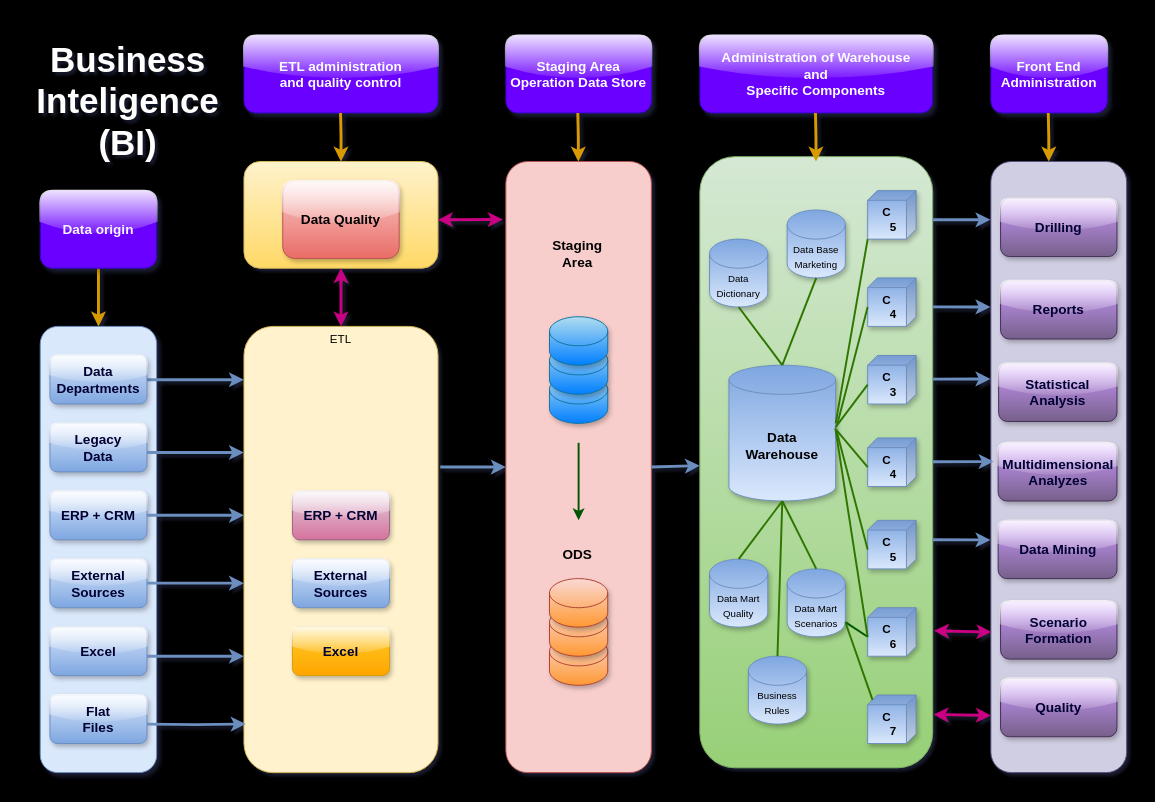
Above: Diagrama BI.drawio in luizcloud/Guia_de_Estudo_Numpy_Basic (draw.io), before the change. Source tidied: cells renumbered, new cells numbered last; positions are measured from the earlier drawing's top-left corner, leaving out a move shared by most shapes. Both pictures are drawn from the tidied source at 97%, with x=0, y=0 at pixel (20, 20).
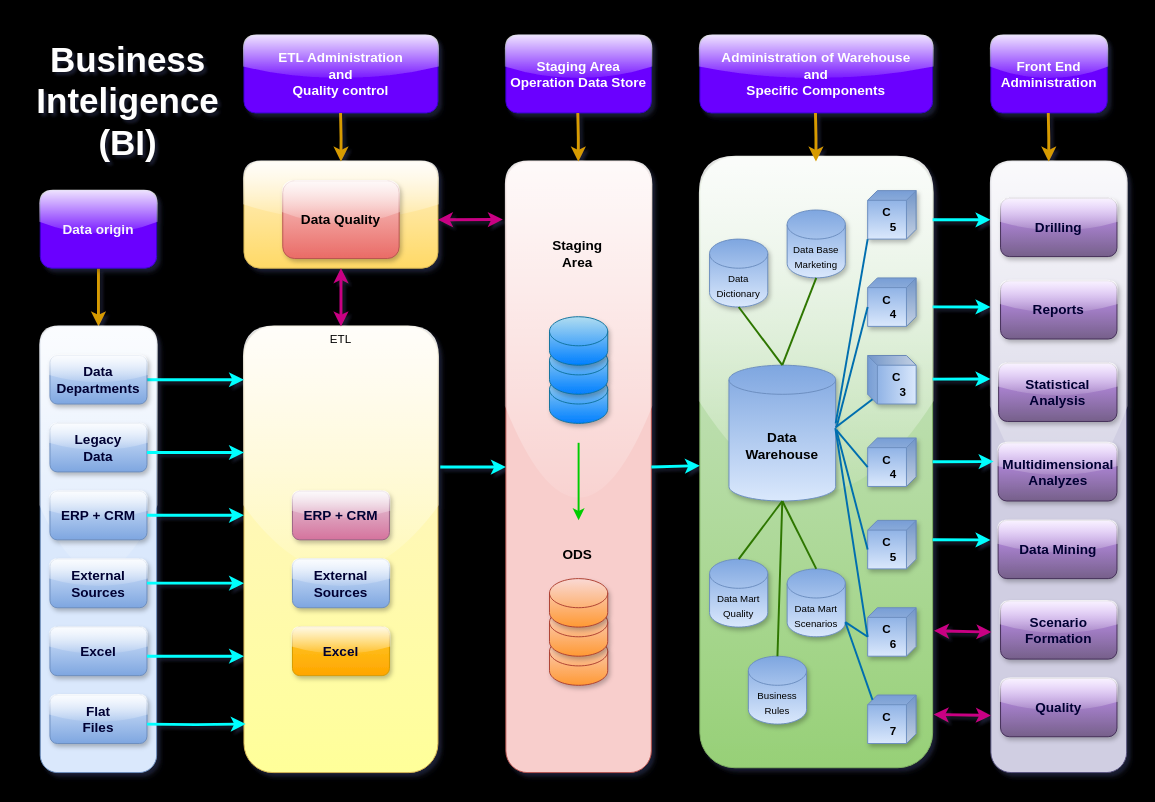
Above is the later version.

The change refers to these unchanged cells:
```xml
<mxCell id="13" value="&lt;b&gt;&lt;font color=&quot;#000033&quot; style=&quot;font-size: 14px;&quot;&gt;Data Departments&lt;/font&gt;&lt;/b&gt;" style="rounded=1;whiteSpace=wrap;html=1;fillColor=#dae8fc;strokeColor=#6c8ebf;glass=1;shadow=1;gradientColor=#7ea6e0;gradientDirection=south;" parent="1" vertex="1">
  <mxGeometry x="30" y="345" width="100" height="50" as="geometry" />
</mxCell>
<mxCell id="42" value="&lt;b&gt;&lt;font style=&quot;font-size: 14px;&quot;&gt;Data&lt;br&gt;Warehouse&lt;/font&gt;&lt;/b&gt;" style="shape=cylinder3;whiteSpace=wrap;html=1;boundedLbl=1;backgroundOutline=1;size=15;shadow=1;gradientDirection=north;perimeterSpacing=0;fillColor=#dae8fc;strokeColor=#6c8ebf;gradientColor=#7ea6e0;" parent="1" vertex="1">
  <mxGeometry x="730" y="355" width="110" height="140" as="geometry" />
</mxCell>
<mxCell id="49" value="&lt;b&gt;C&lt;br&gt;&amp;nbsp; &amp;nbsp; 5&lt;/b&gt;" style="shape=cube;whiteSpace=wrap;html=1;boundedLbl=1;backgroundOutline=1;darkOpacity=0.05;darkOpacity2=0.1;flipH=1;fillColor=#dae8fc;gradientColor=#7ea6e0;strokeColor=#6c8ebf;size=10;shadow=1;gradientDirection=north;" parent="1" vertex="1">
  <mxGeometry x="873" y="175" width="50" height="50" as="geometry" />
</mxCell>
<mxCell id="50" value="&lt;b style=&quot;border-color: var(--border-color);&quot;&gt;C&lt;br style=&quot;border-color: var(--border-color);&quot;&gt;&amp;nbsp; &amp;nbsp; 4&lt;/b&gt;" style="shape=cube;whiteSpace=wrap;html=1;boundedLbl=1;backgroundOutline=1;darkOpacity=0.05;darkOpacity2=0.1;flipH=1;fillColor=#dae8fc;gradientColor=#7ea6e0;strokeColor=#6c8ebf;size=10;shadow=1;gradientDirection=north;" parent="1" vertex="1">
  <mxGeometry x="873" y="265" width="50" height="50" as="geometry" />
</mxCell>
<mxCell id="52" value="&lt;b style=&quot;border-color: var(--border-color);&quot;&gt;C&lt;br style=&quot;border-color: var(--border-color);&quot;&gt;&amp;nbsp; &amp;nbsp; 4&lt;/b&gt;" style="shape=cube;whiteSpace=wrap;html=1;boundedLbl=1;backgroundOutline=1;darkOpacity=0.05;darkOpacity2=0.1;flipH=1;fillColor=#dae8fc;gradientColor=#7ea6e0;strokeColor=#6c8ebf;size=10;shadow=1;gradientDirection=north;" parent="1" vertex="1">
  <mxGeometry x="873" y="430" width="50" height="50" as="geometry" />
</mxCell>
<mxCell id="53" value="&lt;b style=&quot;border-color: var(--border-color);&quot;&gt;C&lt;br style=&quot;border-color: var(--border-color);&quot;&gt;&amp;nbsp; &amp;nbsp; 5&lt;/b&gt;" style="shape=cube;whiteSpace=wrap;html=1;boundedLbl=1;backgroundOutline=1;darkOpacity=0.05;darkOpacity2=0.1;flipH=1;fillColor=#dae8fc;gradientColor=#7ea6e0;strokeColor=#6c8ebf;size=10;shadow=1;gradientDirection=north;" parent="1" vertex="1">
  <mxGeometry x="873" y="515" width="50" height="50" as="geometry" />
</mxCell>
<mxCell id="54" value="&lt;b style=&quot;border-color: var(--border-color);&quot;&gt;C&lt;br style=&quot;border-color: var(--border-color);&quot;&gt;&amp;nbsp; &amp;nbsp; 6&lt;/b&gt;" style="shape=cube;whiteSpace=wrap;html=1;boundedLbl=1;backgroundOutline=1;darkOpacity=0.05;darkOpacity2=0.1;flipH=1;fillColor=#dae8fc;gradientColor=#7ea6e0;strokeColor=#6c8ebf;size=10;shadow=1;gradientDirection=north;" parent="1" vertex="1">
  <mxGeometry x="873" y="605" width="50" height="50" as="geometry" />
</mxCell>
<mxCell id="55" value="&lt;b style=&quot;border-color: var(--border-color);&quot;&gt;C&lt;br style=&quot;border-color: var(--border-color);&quot;&gt;&amp;nbsp; &amp;nbsp; 7&lt;/b&gt;" style="shape=cube;whiteSpace=wrap;html=1;boundedLbl=1;backgroundOutline=1;darkOpacity=0.05;darkOpacity2=0.1;flipH=1;fillColor=#dae8fc;gradientColor=#7ea6e0;strokeColor=#6c8ebf;size=10;shadow=1;gradientDirection=north;" parent="1" vertex="1">
  <mxGeometry x="873" y="695" width="50" height="50" as="geometry" />
</mxCell>
<mxCell id="59" value="&lt;span style=&quot;font-size: 10px;&quot;&gt;Data Mart Scenarios&lt;/span&gt;" style="shape=cylinder3;whiteSpace=wrap;html=1;boundedLbl=1;backgroundOutline=1;size=15;shadow=1;gradientDirection=north;perimeterSpacing=0;fillColor=#dae8fc;strokeColor=#6c8ebf;gradientColor=#7ea6e0;" parent="1" vertex="1">
  <mxGeometry x="790" y="565" width="60" height="70" as="geometry" />
</mxCell>
```

Diff of the diagram source:
```diff
@@
-    <mxCell id="4" style="rounded=1;whiteSpace=wrap;html=1;fillColor=#dae8fc;strokeColor=#6c8ebf;gradientColor=none;glass=0;shadow=1;gradientDirection=north;" parent="1" vertex="1">
+    <mxCell id="4" style="rounded=1;whiteSpace=wrap;html=1;fillColor=#dae8fc;strokeColor=#6c8ebf;gradientColor=none;glass=1;shadow=1;gradientDirection=north;" parent="1" vertex="1">
       <mxGeometry x="20" y="315" width="120" height="460" as="geometry" />
     </mxCell>
-    <mxCell id="5" value="ETL" style="rounded=1;whiteSpace=wrap;html=1;fillColor=#fff2cc;strokeColor=#d6b656;align=center;gradientColor=none;verticalAlign=top;horizontal=1;gradientDirection=south;" parent="1" vertex="1">
+    <mxCell id="5" value="ETL" style="rounded=1;whiteSpace=wrap;html=1;fillColor=#fff2cc;strokeColor=#d6b656;align=center;gradientColor=#FFFF99;verticalAlign=top;horizontal=1;gradientDirection=south;glass=1;shadow=1;" parent="1" vertex="1">
       <mxGeometry x="230" y="315" width="200" height="460" as="geometry" />
     </mxCell>
-    <mxCell id="6" style="rounded=1;whiteSpace=wrap;html=1;fillColor=#f8cecc;strokeColor=#b85450;gradientColor=none;" parent="1" vertex="1">
+    <mxCell id="6" style="rounded=1;whiteSpace=wrap;html=1;fillColor=#f8cecc;strokeColor=#b85450;gradientColor=none;glass=1;shadow=1;" parent="1" vertex="1">
       <mxGeometry x="500" y="145" width="150" height="630" as="geometry" />
     </mxCell>
-    <mxCell id="7" style="rounded=1;whiteSpace=wrap;html=1;gradientDirection=south;noLabel=0;portConstraintRotation=0;snapToPoint=0;fillColor=#d5e8d4;gradientColor=#97d077;strokeColor=#82b366;shadow=0;glass=0;" parent="1" vertex="1">
+    <mxCell id="7" style="rounded=1;whiteSpace=wrap;html=1;gradientDirection=south;noLabel=0;portConstraintRotation=0;snapToPoint=0;fillColor=#d5e8d4;gradientColor=#97d077;strokeColor=#82b366;shadow=1;glass=1;" parent="1" vertex="1">
       <mxGeometry x="700" y="140" width="240" height="630" as="geometry" />
     </mxCell>
-    <mxCell id="8" style="rounded=1;whiteSpace=wrap;html=1;fillColor=#d0cee2;strokeColor=#56517e;gradientColor=none;gradientDirection=north;" parent="1" vertex="1">
+    <mxCell id="8" style="rounded=1;whiteSpace=wrap;html=1;fillColor=#d0cee2;strokeColor=#56517e;gradientColor=none;gradientDirection=north;glass=1;shadow=1;" parent="1" vertex="1">
       <mxGeometry x="1000" y="145" width="140" height="630" as="geometry" />
     </mxCell>
@@
-    <mxCell id="12" style="edgeStyle=orthogonalEdgeStyle;rounded=0;jettySize=auto;html=1;fillColor=#dae8fc;strokeColor=#6c8ebf;flowAnimation=1;strokeWidth=3;gradientColor=#7ea6e0;" parent="1" edge="1" source="13" target="5">
+    <mxCell id="12" style="edgeStyle=orthogonalEdgeStyle;rounded=0;jettySize=auto;html=1;fillColor=#dae8fc;strokeColor=#00FFFF;flowAnimation=1;strokeWidth=3;gradientColor=#7ea6e0;" parent="1" edge="1" source="13" target="5">
       <mxGeometry relative="1" as="geometry">
         <Array as="points">
           <mxPoint x="190" y="370" />
           <mxPoint x="190" y="370" />
         </Array>
       </mxGeometry>
     </mxCell>
@@
-    <mxCell id="19" value="&lt;font style=&quot;font-size: 14px;&quot;&gt;&lt;b&gt;ETL administration &lt;br&gt;and quality control&lt;/b&gt;&lt;/font&gt;" style="rounded=1;whiteSpace=wrap;html=1;fillColor=#6a00ff;strokeColor=#3700CC;glass=1;shadow=1;fillStyle=solid;gradientDirection=south;fontColor=#ffffff;" parent="1" vertex="1">
+    <mxCell id="19" value="&lt;font style=&quot;font-size: 14px;&quot;&gt;&lt;b&gt;ETL Administration &lt;br&gt;and &lt;br&gt;Quality control&lt;/b&gt;&lt;/font&gt;" style="rounded=1;whiteSpace=wrap;html=1;fillColor=#6a00ff;strokeColor=#3700CC;glass=1;shadow=1;fillStyle=solid;gradientDirection=south;fontColor=#ffffff;" parent="1" vertex="1">
       <mxGeometry x="230" y="15" width="200" height="80" as="geometry" />
     </mxCell>
-    <mxCell id="20" style="rounded=1;whiteSpace=wrap;html=1;fillColor=#fff2cc;strokeColor=#d6b656;gradientDirection=south;gradientColor=#ffd966;" parent="1" vertex="1">
+    <mxCell id="20" style="rounded=1;whiteSpace=wrap;html=1;fillColor=#fff2cc;strokeColor=#d6b656;gradientDirection=south;gradientColor=#ffd966;glass=1;shadow=1;" parent="1" vertex="1">
       <mxGeometry x="230" y="145" width="200" height="110" as="geometry" />
     </mxCell>
@@
-    <mxCell id="25" style="edgeStyle=orthogonalEdgeStyle;rounded=0;jettySize=auto;html=1;fillColor=#dae8fc;strokeColor=#6c8ebf;flowAnimation=1;strokeWidth=3;gradientColor=#7ea6e0;" parent="1" edge="1" target="5">
+    <mxCell id="25" style="edgeStyle=orthogonalEdgeStyle;rounded=0;jettySize=auto;html=1;fillColor=#dae8fc;strokeColor=#00FFFF;flowAnimation=1;strokeWidth=3;gradientColor=#7ea6e0;" parent="1" edge="1" target="5">
       <mxGeometry relative="1" as="geometry">
         <mxPoint x="130" y="655" as="sourcePoint" />
         <Array as="points">
           <mxPoint x="180" y="655" />
           <mxPoint x="180" y="655" />
         </Array>
       </mxGeometry>
     </mxCell>
-    <mxCell id="26" style="edgeStyle=orthogonalEdgeStyle;rounded=0;jettySize=auto;html=1;fillColor=#dae8fc;strokeColor=#6c8ebf;flowAnimation=1;strokeWidth=3;entryX=0.009;entryY=0.891;entryDx=0;entryDy=0;entryPerimeter=0;gradientColor=#7ea6e0;" parent="1" edge="1" target="5">
+    <mxCell id="26" style="edgeStyle=orthogonalEdgeStyle;rounded=0;jettySize=auto;html=1;fillColor=#dae8fc;strokeColor=#00FFFF;flowAnimation=1;strokeWidth=3;entryX=0.009;entryY=0.891;entryDx=0;entryDy=0;entryPerimeter=0;gradientColor=#7ea6e0;" parent="1" edge="1" target="5">
       <mxGeometry relative="1" as="geometry">
         <mxPoint x="130" y="725" as="sourcePoint" />
       </mxGeometry>
     </mxCell>
@@
-    <mxCell id="31" style="edgeStyle=orthogonalEdgeStyle;rounded=0;jettySize=auto;html=1;exitX=1.012;exitY=0.315;exitDx=0;exitDy=0;flowAnimation=1;fillColor=#dae8fc;strokeColor=#6c8ebf;strokeWidth=3;exitPerimeter=0;entryX=0;entryY=0.5;entryDx=0;entryDy=0;gradientColor=#7ea6e0;" parent="1" edge="1" source="5" target="6">
+    <mxCell id="31" style="edgeStyle=orthogonalEdgeStyle;rounded=0;jettySize=auto;html=1;exitX=1.012;exitY=0.315;exitDx=0;exitDy=0;flowAnimation=1;fillColor=#dae8fc;strokeColor=#00FFFF;strokeWidth=3;exitPerimeter=0;entryX=0;entryY=0.5;entryDx=0;entryDy=0;gradientColor=#7ea6e0;" parent="1" edge="1" source="5" target="6">
       <mxGeometry relative="1" as="geometry" />
     </mxCell>
-    <mxCell id="32" style="edgeStyle=orthogonalEdgeStyle;rounded=0;orthogonalLoop=1;jettySize=auto;html=1;fillColor=#dae8fc;strokeColor=#6c8ebf;flowAnimation=1;strokeWidth=3;gradientColor=#7ea6e0;" parent="1" edge="1">
+    <mxCell id="32" style="edgeStyle=orthogonalEdgeStyle;rounded=0;orthogonalLoop=1;jettySize=auto;html=1;fillColor=#dae8fc;strokeColor=#00FFFF;flowAnimation=1;strokeWidth=3;gradientColor=#7ea6e0;" parent="1" edge="1">
       <mxGeometry relative="1" as="geometry">
         <mxPoint x="130" y="445" as="sourcePoint" />
         <mxPoint x="230" y="445" as="targetPoint" />
         <Array as="points">
           <mxPoint x="190" y="445" />
           <mxPoint x="190" y="445" />
         </Array>
       </mxGeometry>
     </mxCell>
-    <mxCell id="33" style="edgeStyle=orthogonalEdgeStyle;rounded=0;orthogonalLoop=1;jettySize=auto;html=1;fillColor=#dae8fc;strokeColor=#6c8ebf;flowAnimation=1;strokeWidth=3;gradientColor=#7ea6e0;" parent="1" edge="1">
+    <mxCell id="33" style="edgeStyle=orthogonalEdgeStyle;rounded=0;orthogonalLoop=1;jettySize=auto;html=1;fillColor=#dae8fc;strokeColor=#00FFFF;flowAnimation=1;strokeWidth=3;gradientColor=#7ea6e0;" parent="1" edge="1">
       <mxGeometry relative="1" as="geometry">
         <mxPoint x="130" y="509.7" as="sourcePoint" />
         <mxPoint x="230" y="509.7" as="targetPoint" />
         <Array as="points">
           <mxPoint x="190" y="509.7" />
           <mxPoint x="190" y="509.7" />
         </Array>
       </mxGeometry>
     </mxCell>
-    <mxCell id="34" style="edgeStyle=orthogonalEdgeStyle;rounded=0;orthogonalLoop=1;jettySize=auto;html=1;fillColor=#dae8fc;strokeColor=#6c8ebf;flowAnimation=1;strokeWidth=3;gradientColor=#7ea6e0;" parent="1" edge="1">
+    <mxCell id="34" style="edgeStyle=orthogonalEdgeStyle;rounded=0;orthogonalLoop=1;jettySize=auto;html=1;fillColor=#dae8fc;strokeColor=#00FFFF;flowAnimation=1;strokeWidth=3;gradientColor=#7ea6e0;" parent="1" edge="1">
       <mxGeometry relative="1" as="geometry">
         <mxPoint x="130" y="579.7" as="sourcePoint" />
         <mxPoint x="230" y="579.7" as="targetPoint" />
         <Array as="points">
           <mxPoint x="190" y="579.7" />
           <mxPoint x="190" y="579.7" />
         </Array>
       </mxGeometry>
     </mxCell>
@@
-    <mxCell id="43" style="endArrow=classic;html=1;rounded=0;entryX=0.5;entryY=0.587;entryDx=0;entryDy=0;entryPerimeter=0;strokeWidth=2;flowAnimation=1;shadow=0;fillColor=#008a00;strokeColor=#005700;" parent="1" edge="1" target="6">
+    <mxCell id="43" style="endArrow=classic;html=1;rounded=0;entryX=0.5;entryY=0.587;entryDx=0;entryDy=0;entryPerimeter=0;strokeWidth=2;flowAnimation=1;shadow=0;strokeColor=#00CC00;" parent="1" edge="1" target="6">
       <mxGeometry relative="1" as="geometry">
         <mxPoint x="575" y="435" as="sourcePoint" />
       </mxGeometry>
     </mxCell>
@@
-    <mxCell id="47" style="endArrow=classic;html=1;rounded=0;exitX=1;exitY=0.5;exitDx=0;exitDy=0;strokeWidth=3;strokeColor=#6c8ebf;flowAnimation=1;orthogonal=0;comic=0;noJump=1;backgroundOutline=0;fixDash=1;fillColor=#dae8fc;gradientColor=#7ea6e0;" parent="1" edge="1" source="6" target="7">
+    <mxCell id="47" style="endArrow=classic;html=1;rounded=0;exitX=1;exitY=0.5;exitDx=0;exitDy=0;strokeWidth=3;strokeColor=#00FFFF;flowAnimation=1;orthogonal=0;comic=0;noJump=1;backgroundOutline=0;fixDash=1;fillColor=#dae8fc;gradientColor=#7ea6e0;" parent="1" edge="1" source="6" target="7">
       <mxGeometry relative="1" as="geometry" />
     </mxCell>
@@
-    <mxCell id="51" value="&lt;b style=&quot;border-color: var(--border-color);&quot;&gt;C&lt;br style=&quot;border-color: var(--border-color);&quot;&gt;&amp;nbsp; &amp;nbsp; 3&lt;/b&gt;" style="shape=cube;whiteSpace=wrap;html=1;boundedLbl=1;backgroundOutline=1;darkOpacity=0.05;darkOpacity2=0.1;flipH=1;fillColor=#dae8fc;gradientColor=#7ea6e0;strokeColor=#6c8ebf;size=10;shadow=1;gradientDirection=north;" parent="1" vertex="1">
+    <mxCell id="51" value="&lt;b style=&quot;border-color: var(--border-color);&quot;&gt;C&lt;br style=&quot;border-color: var(--border-color);&quot;&gt;&amp;nbsp; &amp;nbsp; 3&lt;/b&gt;" style="shape=cube;whiteSpace=wrap;html=1;boundedLbl=1;backgroundOutline=1;darkOpacity=0.05;darkOpacity2=0.1;flipH=1;fillColor=#dae8fc;gradientColor=#7ea6e0;strokeColor=#6c8ebf;size=10;shadow=1;gradientDirection=north;direction=south;" parent="1" vertex="1">
       <mxGeometry x="873" y="345" width="50" height="50" as="geometry" />
     </mxCell>
@@
-    <mxCell id="62" style="endArrow=none;html=1;rounded=0;flowAnimation=1;strokeWidth=2;exitX=0;exitY=0;exitDx=50;exitDy=30;exitPerimeter=0;shadow=0;fillColor=#008a00;strokeColor=#005700;" parent="1" edge="1" source="54" target="59">
+    <mxCell id="62" style="endArrow=none;html=1;rounded=0;flowAnimation=1;strokeWidth=2;shadow=0;fillColor=#1ba1e2;strokeColor=#006EAF;entryX=0;entryY=0;entryDx=50;entryDy=30;entryPerimeter=0;" parent="1" edge="1" source="59" target="54">
       <mxGeometry relative="1" as="geometry" />
     </mxCell>
-    <mxCell id="63" style="endArrow=none;html=1;rounded=0;flowAnimation=1;strokeWidth=2;exitX=0;exitY=0;exitDx=50;exitDy=30;exitPerimeter=0;entryX=0.997;entryY=0.464;entryDx=0;entryDy=0;entryPerimeter=0;shadow=0;strokeColor=#2D7600;fillColor=#60a917;" parent="1" edge="1" source="54" target="42">
+    <mxCell id="63" style="endArrow=none;html=1;rounded=0;flowAnimation=1;strokeWidth=2;exitX=0.997;exitY=0.464;exitDx=0;exitDy=0;exitPerimeter=0;entryX=0;entryY=0;entryDx=50;entryDy=30;entryPerimeter=0;shadow=0;strokeColor=#006EAF;fillColor=#1ba1e2;" parent="1" edge="1" source="42" target="54">
       <mxGeometry relative="1" as="geometry" />
     </mxCell>
-    <mxCell id="64" style="endArrow=none;html=1;rounded=0;entryX=1.006;entryY=0.476;entryDx=0;entryDy=0;entryPerimeter=0;flowAnimation=1;strokeWidth=2;exitX=0;exitY=0;exitDx=50;exitDy=30;exitPerimeter=0;shadow=0;strokeColor=#2D7600;fillColor=#60a917;" parent="1" edge="1" source="53" target="42">
+    <mxCell id="64" style="endArrow=none;html=1;rounded=0;entryX=0;entryY=0;entryDx=50;entryDy=30;entryPerimeter=0;flowAnimation=1;strokeWidth=2;exitX=1.006;exitY=0.476;exitDx=0;exitDy=0;exitPerimeter=0;shadow=0;strokeColor=#006EAF;fillColor=#1ba1e2;" parent="1" edge="1" source="42" target="53">
       <mxGeometry relative="1" as="geometry" />
     </mxCell>
-    <mxCell id="65" style="endArrow=none;html=1;rounded=0;entryX=1.006;entryY=0.476;entryDx=0;entryDy=0;entryPerimeter=0;flowAnimation=1;strokeWidth=2;exitX=0;exitY=0;exitDx=50;exitDy=30;exitPerimeter=0;shadow=0;strokeColor=#2D7600;fillColor=#60a917;" parent="1" edge="1" source="52" target="42">
+    <mxCell id="65" style="endArrow=none;html=1;rounded=0;entryX=0;entryY=0;entryDx=50;entryDy=30;entryPerimeter=0;flowAnimation=1;strokeWidth=2;exitX=1.006;exitY=0.476;exitDx=0;exitDy=0;exitPerimeter=0;shadow=0;strokeColor=#006EAF;fillColor=#1ba1e2;" parent="1" edge="1" source="42" target="52">
       <mxGeometry relative="1" as="geometry" />
     </mxCell>
@@
-    <mxCell id="67" style="endArrow=none;html=1;rounded=0;flowAnimation=1;strokeWidth=2;exitX=0;exitY=0;exitDx=45;exitDy=5;exitPerimeter=0;entryX=1;entryY=1;entryDx=0;entryDy=-15;entryPerimeter=0;shadow=0;strokeColor=#2D7600;fillColor=#60a917;" parent="1" edge="1" source="55" target="59">
+    <mxCell id="67" style="endArrow=none;html=1;rounded=0;flowAnimation=1;strokeWidth=2;exitX=1;exitY=1;exitDx=0;exitDy=-15;exitPerimeter=0;entryX=0;entryY=0;entryDx=45;entryDy=5;entryPerimeter=0;shadow=0;strokeColor=#006EAF;fillColor=#1ba1e2;" parent="1" edge="1" source="59" target="55">
       <mxGeometry relative="1" as="geometry" />
     </mxCell>
-    <mxCell id="68" style="endArrow=none;html=1;rounded=0;entryX=0.998;entryY=0.458;entryDx=0;entryDy=0;entryPerimeter=0;flowAnimation=1;strokeWidth=2;exitX=0;exitY=0;exitDx=50;exitDy=30;exitPerimeter=0;shadow=0;strokeColor=#2D7600;fillColor=#60a917;" parent="1" edge="1" source="51" target="42">
+    <mxCell id="68" style="endArrow=none;html=1;rounded=0;entryX=0;entryY=0;entryDx=45;entryDy=5;entryPerimeter=0;flowAnimation=1;strokeWidth=2;exitX=0.998;exitY=0.458;exitDx=0;exitDy=0;exitPerimeter=0;shadow=0;strokeColor=#006EAF;fillColor=#1ba1e2;" parent="1" edge="1" source="42" target="51">
       <mxGeometry relative="1" as="geometry" />
     </mxCell>
-    <mxCell id="69" style="endArrow=none;html=1;rounded=0;entryX=1.011;entryY=0.448;entryDx=0;entryDy=0;entryPerimeter=0;flowAnimation=1;strokeWidth=2;exitX=0;exitY=0;exitDx=50;exitDy=30;exitPerimeter=0;shadow=0;strokeColor=#2D7600;fillColor=#60a917;" parent="1" edge="1" source="50" target="42">
+    <mxCell id="69" style="endArrow=none;html=1;rounded=0;entryX=0;entryY=0;entryDx=50;entryDy=30;entryPerimeter=0;flowAnimation=1;strokeWidth=2;exitX=1.011;exitY=0.448;exitDx=0;exitDy=0;exitPerimeter=0;shadow=0;strokeColor=#006EAF;fillColor=#1ba1e2;" parent="1" edge="1" source="42" target="50">
       <mxGeometry relative="1" as="geometry" />
     </mxCell>
-    <mxCell id="70" style="endArrow=none;html=1;rounded=0;flowAnimation=1;strokeWidth=2;exitX=1;exitY=1;exitDx=0;exitDy=0;exitPerimeter=0;shadow=0;strokeColor=#2D7600;fillColor=#60a917;" parent="1" edge="1" source="49">
+    <mxCell id="70" style="endArrow=none;html=1;rounded=0;flowAnimation=1;strokeWidth=2;exitX=1;exitY=1;exitDx=0;exitDy=0;exitPerimeter=0;shadow=0;strokeColor=#006EAF;fillColor=#1ba1e2;entryX=1;entryY=1;entryDx=0;entryDy=0;entryPerimeter=0;" parent="1" edge="1" target="49">
       <mxGeometry relative="1" as="geometry">
-        <mxPoint x="840" y="415" as="targetPoint" />
+        <mxPoint x="840" y="415" as="sourcePoint" />
       </mxGeometry>
     </mxCell>
@@
-    <mxCell id="73" style="endArrow=classic;html=1;rounded=0;strokeWidth=3;strokeColor=#6c8ebf;flowAnimation=1;orthogonal=0;comic=0;noJump=1;backgroundOutline=0;fixDash=1;fillColor=#dae8fc;entryX=0.02;entryY=0.491;entryDx=0;entryDy=0;entryPerimeter=0;gradientColor=#7ea6e0;" parent="1" edge="1" source="7" target="8">
+    <mxCell id="73" style="endArrow=classic;html=1;rounded=0;strokeWidth=3;strokeColor=#00FFFF;flowAnimation=1;orthogonal=0;comic=0;noJump=1;backgroundOutline=0;fixDash=1;fillColor=#1ba1e2;entryX=0.02;entryY=0.491;entryDx=0;entryDy=0;entryPerimeter=0;" parent="1" edge="1" source="7" target="8">
       <mxGeometry relative="1" as="geometry" />
     </mxCell>
-    <mxCell id="74" style="endArrow=classic;html=1;rounded=0;strokeWidth=3;strokeColor=#6c8ebf;flowAnimation=1;orthogonal=0;comic=0;noJump=1;backgroundOutline=0;fixDash=1;fillColor=#dae8fc;entryX=0.02;entryY=0.491;entryDx=0;entryDy=0;entryPerimeter=0;exitX=1;exitY=0.364;exitDx=0;exitDy=0;exitPerimeter=0;gradientColor=#7ea6e0;" parent="1" edge="1" source="7">
+    <mxCell id="74" style="endArrow=classic;html=1;rounded=0;strokeWidth=3;strokeColor=#00FFFF;flowAnimation=1;orthogonal=0;comic=0;noJump=1;backgroundOutline=0;fixDash=1;fillColor=#1ba1e2;entryX=0.02;entryY=0.491;entryDx=0;entryDy=0;entryPerimeter=0;exitX=1;exitY=0.364;exitDx=0;exitDy=0;exitPerimeter=0;" parent="1" edge="1" source="7">
       <mxGeometry relative="1" as="geometry">
         <mxPoint x="999.6" y="369.1" as="targetPoint" />
       </mxGeometry>
     </mxCell>
-    <mxCell id="75" style="endArrow=classic;html=1;rounded=0;strokeWidth=3;strokeColor=#6c8ebf;flowAnimation=1;orthogonalLoop=0;orthogonal=0;comic=0;noJump=1;backgroundOutline=0;fixDash=1;fillColor=#dae8fc;entryX=0.02;entryY=0.491;entryDx=0;entryDy=0;entryPerimeter=0;exitX=1;exitY=0.364;exitDx=0;exitDy=0;exitPerimeter=0;gradientColor=#7ea6e0;" parent="1" edge="1">
+    <mxCell id="75" style="endArrow=classic;html=1;rounded=0;strokeWidth=3;strokeColor=#00FFFF;flowAnimation=1;orthogonalLoop=0;orthogonal=0;comic=0;noJump=1;backgroundOutline=0;fixDash=1;fillColor=#1ba1e2;entryX=0.02;entryY=0.491;entryDx=0;entryDy=0;entryPerimeter=0;exitX=1;exitY=0.364;exitDx=0;exitDy=0;exitPerimeter=0;" parent="1" edge="1">
       <mxGeometry relative="1" as="geometry">
         <mxPoint x="940" y="294.9" as="sourcePoint" />
         <mxPoint x="999.6" y="295" as="targetPoint" />
       </mxGeometry>
     </mxCell>
-    <mxCell id="76" style="endArrow=classic;html=1;rounded=0;strokeWidth=3;strokeColor=#6c8ebf;flowAnimation=1;orthogonalLoop=0;orthogonal=0;comic=0;noJump=1;backgroundOutline=0;fixDash=1;fillColor=#dae8fc;entryX=0.02;entryY=0.491;entryDx=0;entryDy=0;entryPerimeter=0;exitX=1;exitY=0.364;exitDx=0;exitDy=0;exitPerimeter=0;gradientColor=#7ea6e0;" parent="1" edge="1">
+    <mxCell id="76" style="endArrow=classic;html=1;rounded=0;strokeWidth=3;strokeColor=#00FFFF;flowAnimation=1;orthogonalLoop=0;orthogonal=0;comic=0;noJump=1;backgroundOutline=0;fixDash=1;fillColor=#1ba1e2;entryX=0.02;entryY=0.491;entryDx=0;entryDy=0;entryPerimeter=0;exitX=1;exitY=0.364;exitDx=0;exitDy=0;exitPerimeter=0;" parent="1" edge="1">
       <mxGeometry relative="1" as="geometry">
         <mxPoint x="940" y="205" as="sourcePoint" />
         <mxPoint x="999.6" y="205.1" as="targetPoint" />
       </mxGeometry>
     </mxCell>
-    <mxCell id="77" style="endArrow=classic;html=1;rounded=0;strokeWidth=3;strokeColor=#6c8ebf;flowAnimation=1;orthogonalLoop=0;orthogonal=0;comic=0;noJump=1;backgroundOutline=0;fixDash=1;fillColor=#dae8fc;entryX=0.02;entryY=0.491;entryDx=0;entryDy=0;entryPerimeter=0;exitX=1;exitY=0.364;exitDx=0;exitDy=0;exitPerimeter=0;gradientColor=#7ea6e0;" parent="1" edge="1">
+    <mxCell id="77" style="endArrow=classic;html=1;rounded=0;strokeWidth=3;strokeColor=#00FFFF;flowAnimation=1;orthogonalLoop=0;orthogonal=0;comic=0;noJump=1;backgroundOutline=0;fixDash=1;fillColor=#1ba1e2;entryX=0.02;entryY=0.491;entryDx=0;entryDy=0;entryPerimeter=0;exitX=1;exitY=0.364;exitDx=0;exitDy=0;exitPerimeter=0;" parent="1" edge="1">
       <mxGeometry relative="1" as="geometry">
         <mxPoint x="940" y="535" as="sourcePoint" />
         <mxPoint x="999.6" y="535.1" as="targetPoint" />
       </mxGeometry>
     </mxCell>
```
